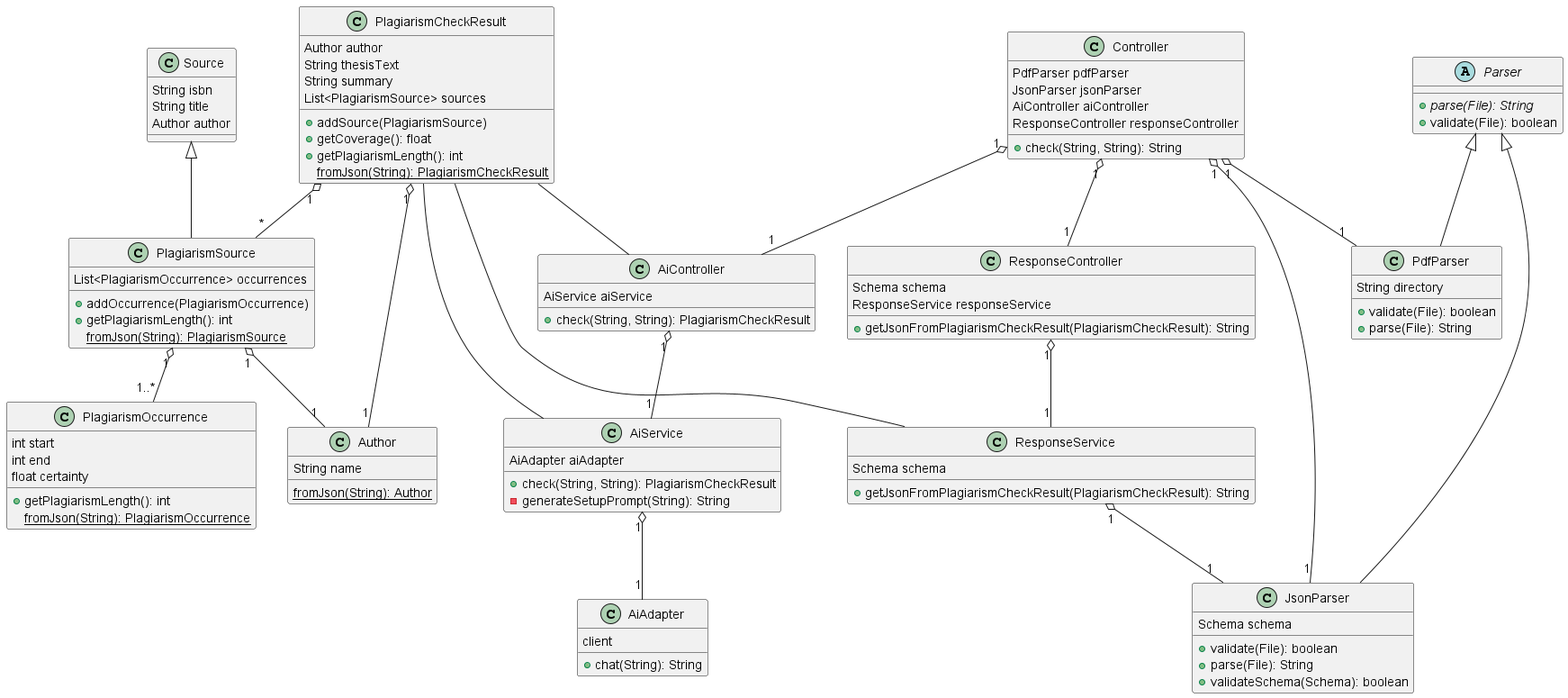
Before: images/diagrams/Klassendiagramm.png, a diagram exported from PlantUML (DHBW-FN/ti21-sweng2).
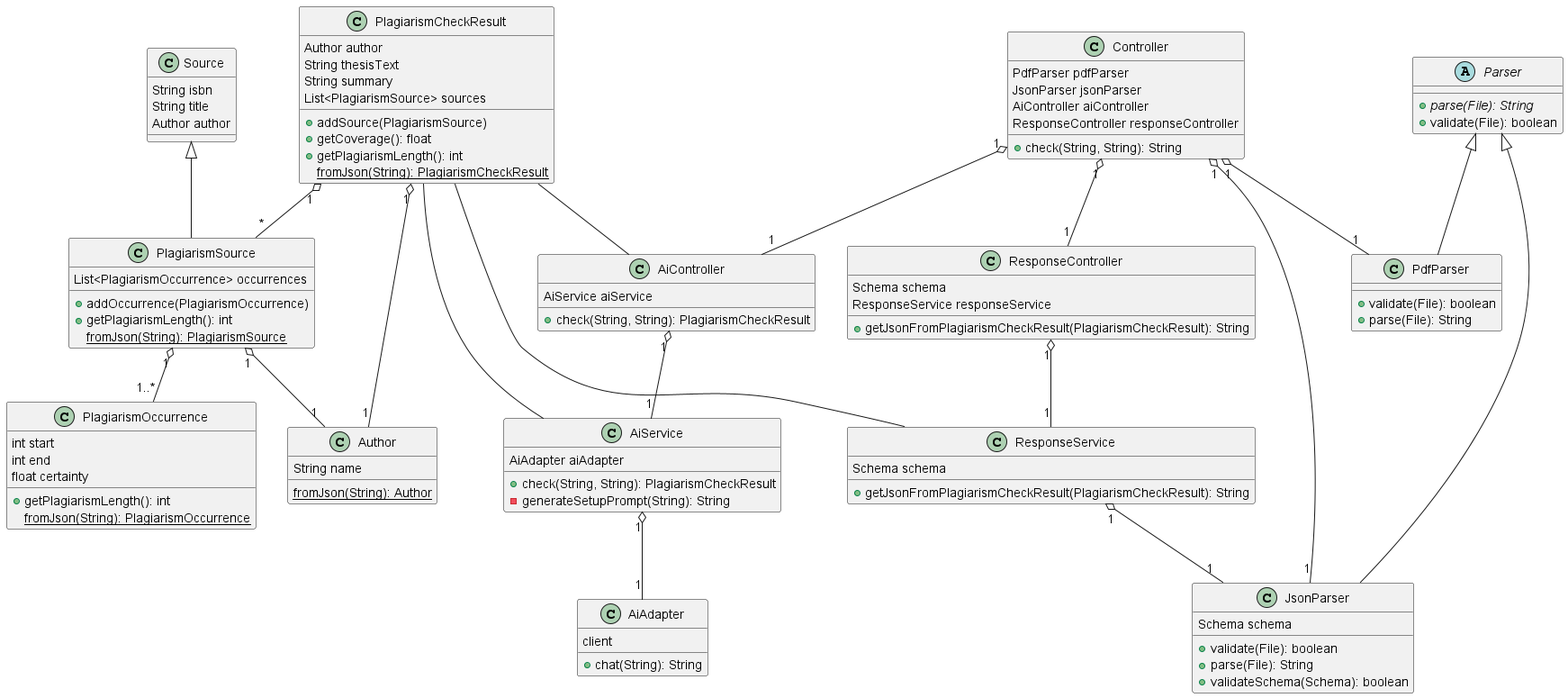
After the change.

Commit message:
fix(layout): Apply various changes

What changed in the source:
```diff
@@ -42,7 +42,6 @@
 }
 
 class PdfParser extends Parser {
-    String directory
     +validate(File): boolean
     +parse(File): String
 }
```
